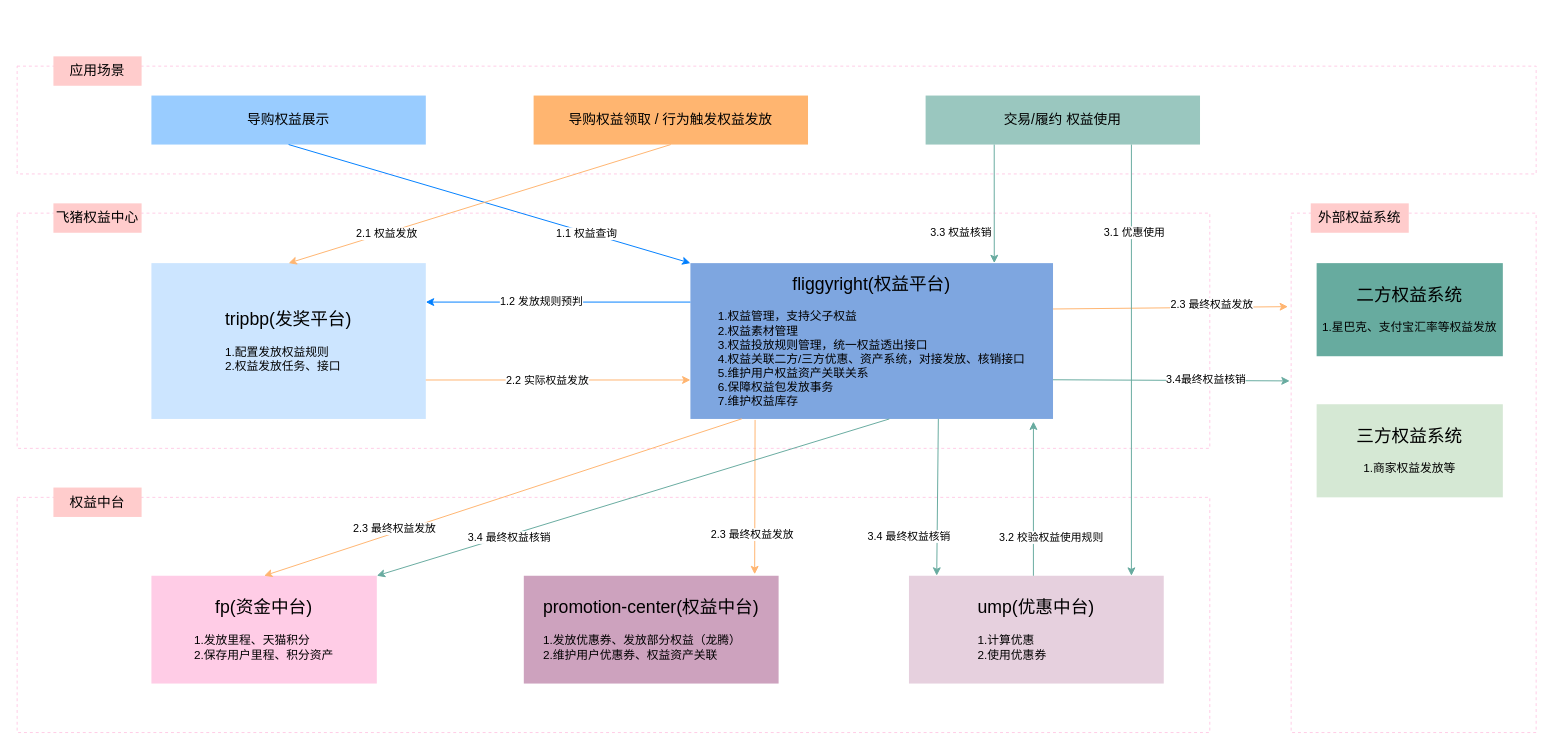
The draw.io diagram page "权益中心" (5 of 5) of 会员成长平台.drawio in renqiuming/drawio, before the edit. Source tidied: cells renumbered, new cells numbered last; positions are measured from the earlier drawing's top-left corner, leaving out a move shared by most shapes. Both pictures are drawn from the tidied source at 98%, with x=0, y=0 at pixel (17, 56).
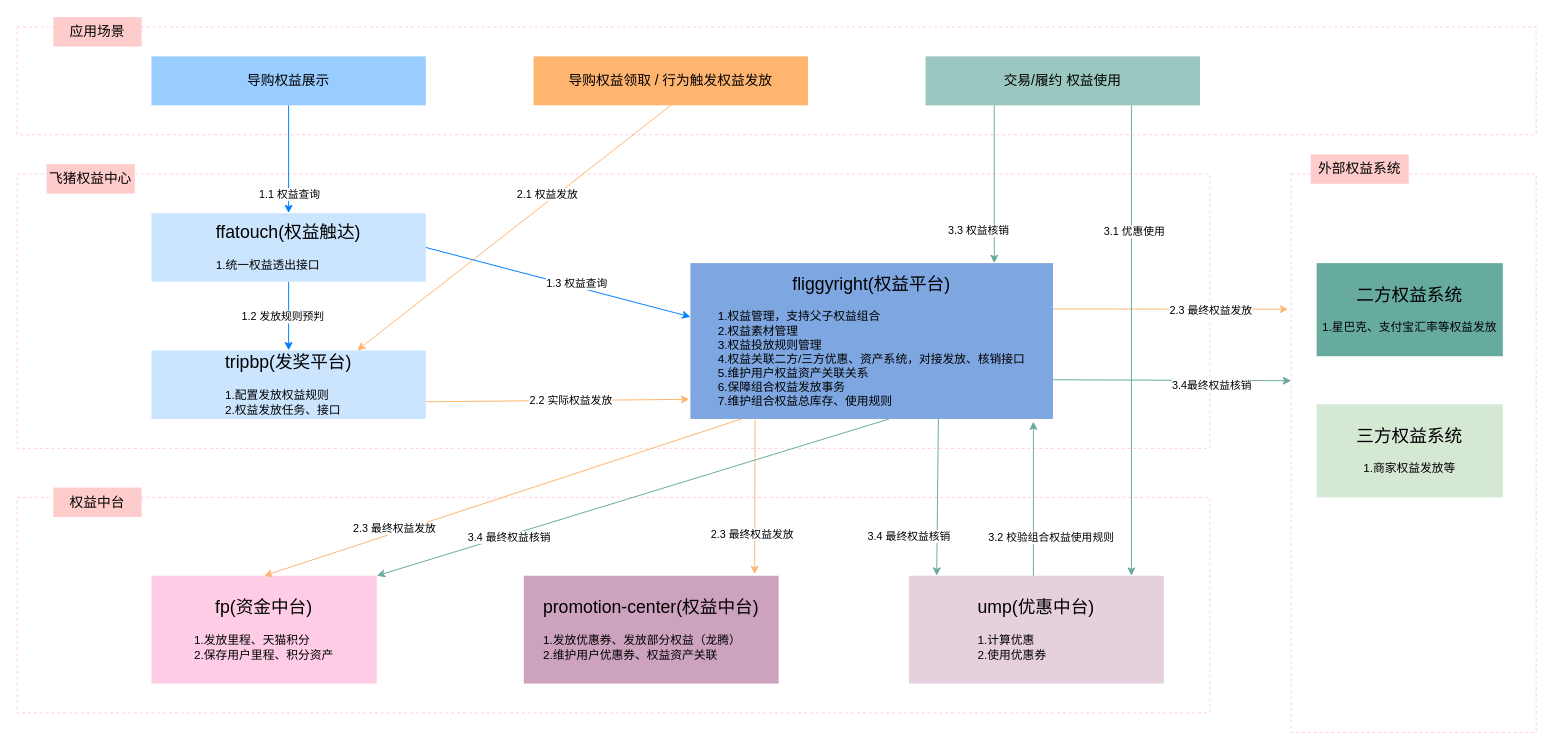
Above is the later version.

Commit message:
Update 会员成长平台.drawio

The change refers to these unchanged cells:
```xml
<mxCell id="35" style="endArrow=classic;html=1;strokeColor=#67AB9F;fillColor=#66B2FF;exitX=0.75;exitY=1;exitDx=0;exitDy=0;" parent="1" edge="1" source="19">
  <mxGeometry relative="1" as="geometry">
    <mxPoint x="1137" y="530" as="targetPoint" />
  </mxGeometry>
</mxCell>
<mxCell id="37" style="endArrow=classic;html=1;strokeColor=#67AB9F;fillColor=#66B2FF;entryX=0.946;entryY=1.017;entryDx=0;entryDy=0;entryPerimeter=0;" parent="1" edge="1" target="5">
  <mxGeometry relative="1" as="geometry">
    <mxPoint x="1037" y="530" as="sourcePoint" />
  </mxGeometry>
</mxCell>
<mxCell id="39" style="endArrow=classic;html=1;strokeColor=#67AB9F;fillColor=#66B2FF;entryX=0.838;entryY=0;entryDx=0;entryDy=0;exitX=0.25;exitY=1;exitDx=0;exitDy=0;entryPerimeter=0;" parent="1" edge="1" source="19" target="5">
  <mxGeometry relative="1" as="geometry" />
</mxCell>
```

What changed in the source:
```diff
@@
     <mxCell id="2" style="rounded=0;whiteSpace=wrap;html=1;dashed=1;strokeColor=#FFCCE6;" parent="1" vertex="1">
-      <mxGeometry x="1300" y="160" width="250" height="530" as="geometry" />
+      <mxGeometry x="1300" y="120" width="250" height="570" as="geometry" />
     </mxCell>
     <mxCell id="3" style="rounded=0;whiteSpace=wrap;html=1;dashed=1;strokeColor=#FFCCE6;" parent="1" vertex="1">
-      <mxGeometry y="450" width="1217" height="240" as="geometry" />
+      <mxGeometry y="450" width="1217" height="220" as="geometry" />
     </mxCell>
     <mxCell id="4" style="rounded=0;whiteSpace=wrap;html=1;dashed=1;strokeColor=#FFCCE6;" parent="1" vertex="1">
-      <mxGeometry y="160" width="1217" height="240" as="geometry" />
+      <mxGeometry y="120" width="1217" height="280" as="geometry" />
     </mxCell>
-    <mxCell id="5" value="&lt;font style=&quot;font-size: 18px&quot;&gt;fliggyright(权益平台)&lt;br&gt;&lt;/font&gt;&lt;br&gt;&lt;div style=&quot;text-align: left&quot;&gt;&lt;span&gt;1.权益管理，支持父子权益&lt;/span&gt;&lt;/div&gt;&lt;div style=&quot;text-align: left&quot;&gt;&lt;span&gt;2.权益素材管理&lt;/span&gt;&lt;/div&gt;&lt;div style=&quot;text-align: left&quot;&gt;&lt;span&gt;3.权益投放规则管理，统一权益透出接口&lt;/span&gt;&lt;/div&gt;&lt;div style=&quot;text-align: left&quot;&gt;&lt;span&gt;4.权益关联二方/三方优惠、资产系统，对接发放、核销接口&lt;/span&gt;&lt;/div&gt;&lt;div style=&quot;text-align: left&quot;&gt;&lt;span&gt;5.维护用户权益资产关联关系&lt;/span&gt;&lt;/div&gt;&lt;div style=&quot;text-align: left&quot;&gt;&lt;span&gt;6.保障权益包发放事务&lt;/span&gt;&lt;/div&gt;&lt;div style=&quot;text-align: left&quot;&gt;7.维护权益库存&lt;/div&gt;" style="rounded=0;whiteSpace=wrap;html=1;fillColor=#7EA6E0;strokeColor=none;" parent="1" vertex="1">
+    <mxCell id="5" value="&lt;font style=&quot;font-size: 18px&quot;&gt;fliggyright(权益平台)&lt;br&gt;&lt;/font&gt;&lt;br&gt;&lt;div style=&quot;text-align: left&quot;&gt;&lt;span&gt;1.权益管理，支持父子权益组合&lt;/span&gt;&lt;/div&gt;&lt;div style=&quot;text-align: left&quot;&gt;&lt;span&gt;2.权益素材管理&lt;/span&gt;&lt;/div&gt;&lt;div style=&quot;text-align: left&quot;&gt;&lt;span&gt;3.权益投放规则管理&lt;/span&gt;&lt;/div&gt;&lt;div style=&quot;text-align: left&quot;&gt;&lt;span&gt;4.权益关联二方/三方优惠、资产系统，对接发放、核销接口&lt;/span&gt;&lt;/div&gt;&lt;div style=&quot;text-align: left&quot;&gt;&lt;span&gt;5.维护用户权益资产关联关系&lt;/span&gt;&lt;/div&gt;&lt;div style=&quot;text-align: left&quot;&gt;&lt;span&gt;6.保障组合权益发放事务&lt;/span&gt;&lt;/div&gt;&lt;div style=&quot;text-align: left&quot;&gt;7.维护组合权益总库存、使用规则&lt;/div&gt;" style="rounded=0;whiteSpace=wrap;html=1;fillColor=#7EA6E0;strokeColor=none;" parent="1" vertex="1">
       <mxGeometry x="687" y="211" width="370" height="159" as="geometry" />
     </mxCell>
     <mxCell id="6" value="&lt;font style=&quot;font-size: 14px&quot;&gt;飞猪权益中心&lt;/font&gt;" style="rounded=0;whiteSpace=wrap;html=1;fillColor=#FFCCCC;strokeColor=none;" parent="1" vertex="1">
-      <mxGeometry x="37" y="150" width="90" height="30" as="geometry" />
+      <mxGeometry x="30" y="110" width="90" height="30" as="geometry" />
     </mxCell>
     <mxCell id="7" value="&lt;font style=&quot;font-size: 18px&quot;&gt;tripbp(发奖平台)&lt;br&gt;&lt;/font&gt;&lt;br&gt;&lt;div style=&quot;text-align: left&quot;&gt;&lt;span&gt;1.配置发放权益规则&lt;/span&gt;&lt;/div&gt;&lt;div style=&quot;text-align: left&quot;&gt;&lt;span&gt;2.权益发放任务、接口&lt;/span&gt;&lt;/div&gt;" style="rounded=0;whiteSpace=wrap;html=1;fillColor=#CCE5FF;strokeColor=none;" parent="1" vertex="1">
-      <mxGeometry x="137" y="211" width="280" height="159" as="geometry" />
+      <mxGeometry x="137" y="300" width="280" height="70" as="geometry" />
     </mxCell>
@@
     <mxCell id="12" value="&lt;font style=&quot;font-size: 14px&quot;&gt;外部权益系统&lt;/font&gt;" style="rounded=0;whiteSpace=wrap;html=1;fillColor=#FFCCCC;strokeColor=none;" parent="1" vertex="1">
-      <mxGeometry x="1320" y="150" width="100" height="30" as="geometry" />
+      <mxGeometry x="1320" y="100" width="100" height="30" as="geometry" />
     </mxCell>
     <mxCell id="13" style="rounded=0;whiteSpace=wrap;html=1;dashed=1;strokeColor=#FFCCE6;" parent="1" vertex="1">
-      <mxGeometry y="10" width="1550" height="110" as="geometry" />
+      <mxGeometry y="-30" width="1550" height="110" as="geometry" />
     </mxCell>
     <mxCell id="14" value="&lt;font style=&quot;font-size: 14px&quot;&gt;应用场景&lt;/font&gt;" style="rounded=0;whiteSpace=wrap;html=1;fillColor=#FFCCCC;strokeColor=none;" parent="1" vertex="1">
-      <mxGeometry x="37" width="90" height="30" as="geometry" />
+      <mxGeometry x="37" y="-40" width="90" height="30" as="geometry" />
     </mxCell>
@@
     <mxCell id="17" value="&lt;font style=&quot;font-size: 14px&quot;&gt;导购权益展示&lt;/font&gt;" style="rounded=0;whiteSpace=wrap;html=1;fillColor=#99CCFF;strokeColor=none;" parent="1" vertex="1">
-      <mxGeometry x="137" y="40" width="280" height="50" as="geometry" />
+      <mxGeometry x="137" width="280" height="50" as="geometry" />
     </mxCell>
     <mxCell id="18" value="&lt;font style=&quot;font-size: 14px&quot;&gt;导购权益领取 / 行为触发权益发放&lt;/font&gt;" style="rounded=0;whiteSpace=wrap;html=1;fillColor=#FFB570;strokeColor=none;" parent="1" vertex="1">
-      <mxGeometry x="527" y="40" width="280" height="50" as="geometry" />
+      <mxGeometry x="527" width="280" height="50" as="geometry" />
     </mxCell>
     <mxCell id="19" value="&lt;font style=&quot;font-size: 14px&quot;&gt;交易/履约 权益使用&lt;/font&gt;" style="rounded=0;whiteSpace=wrap;html=1;fillColor=#9AC7BF;strokeColor=none;" parent="1" vertex="1">
-      <mxGeometry x="927" y="40" width="280" height="50" as="geometry" />
+      <mxGeometry x="927" width="280" height="50" as="geometry" />
     </mxCell>
-    <mxCell id="20" style="endArrow=classic;html=1;exitX=0.5;exitY=1;exitDx=0;exitDy=0;entryX=0;entryY=0;entryDx=0;entryDy=0;strokeColor=#007FFF;fillColor=#66B2FF;" parent="1" edge="1" source="17" target="5">
+    <mxCell id="20" style="endArrow=classic;html=1;exitX=0.5;exitY=1;exitDx=0;exitDy=0;entryX=0.5;entryY=0;entryDx=0;entryDy=0;strokeColor=#007FFF;fillColor=#66B2FF;" parent="1" edge="1" source="17" target="47">
       <mxGeometry relative="1" as="geometry" />
     </mxCell>
     <mxCell id="21" value="1.1 权益查询" style="edgeLabel;html=1;align=center;verticalAlign=middle;" parent="20" vertex="1">
       <mxGeometry x="0.15" relative="1" as="geometry">
-        <mxPoint x="67.3" y="20.4" as="offset" />
+        <mxPoint y="27" as="offset" />
       </mxGeometry>
     </mxCell>
-    <mxCell id="22" style="endArrow=classic;html=1;strokeColor=#007FFF;fillColor=#66B2FF;exitX=0;exitY=0.25;exitDx=0;exitDy=0;entryX=1;entryY=0.25;entryDx=0;entryDy=0;" parent="1" edge="1" source="5" target="7">
+    <mxCell id="22" style="endArrow=classic;html=1;strokeColor=#007FFF;fillColor=#66B2FF;exitX=0.5;exitY=1;exitDx=0;exitDy=0;" parent="1" edge="1" source="47" target="7">
       <mxGeometry relative="1" as="geometry" />
     </mxCell>
     <mxCell id="23" value="1.2 发放规则预判" style="edgeLabel;html=1;align=center;verticalAlign=middle;" parent="22" vertex="1">
       <mxGeometry x="0.13" y="4" relative="1" as="geometry">
-        <mxPoint y="-4.8" as="offset" />
+        <mxPoint x="-11" y="-4.8" as="offset" />
       </mxGeometry>
     </mxCell>
-    <mxCell id="24" style="endArrow=classic;html=1;strokeColor=#FFB570;fillColor=#66B2FF;exitX=0.5;exitY=1;exitDx=0;exitDy=0;entryX=0.5;entryY=0;entryDx=0;entryDy=0;" parent="1" edge="1" source="18" target="7">
+    <mxCell id="24" style="endArrow=classic;html=1;strokeColor=#FFB570;fillColor=#66B2FF;exitX=0.5;exitY=1;exitDx=0;exitDy=0;entryX=0.75;entryY=0;entryDx=0;entryDy=0;" parent="1" edge="1" source="18" target="7">
       <mxGeometry relative="1" as="geometry" />
     </mxCell>
     <mxCell id="25" value="2.1 权益发放" style="edgeLabel;html=1;align=center;verticalAlign=middle;" parent="24" vertex="1">
       <mxGeometry x="0.35" y="4" relative="1" as="geometry">
-        <mxPoint x="-28.5" y="4.7" as="offset" />
+        <mxPoint x="86.5" y="-81.8" as="offset" />
       </mxGeometry>
     </mxCell>
-    <mxCell id="26" style="endArrow=classic;html=1;strokeColor=#FFB570;fillColor=#66B2FF;exitX=1;exitY=0.75;exitDx=0;exitDy=0;entryX=0;entryY=0.75;entryDx=0;entryDy=0;" parent="1" edge="1" source="7" target="5">
+    <mxCell id="26" style="endArrow=classic;html=1;strokeColor=#FFB570;fillColor=#66B2FF;exitX=1;exitY=0.75;exitDx=0;exitDy=0;entryX=-0.003;entryY=0.874;entryDx=0;entryDy=0;entryPerimeter=0;" parent="1" edge="1" source="7" target="5">
       <mxGeometry relative="1" as="geometry" />
     </mxCell>
     <mxCell id="27" value="2.2 实际权益发放" style="edgeLabel;html=1;align=center;verticalAlign=middle;" parent="26" vertex="1">
       <mxGeometry x="0.35" y="4" relative="1" as="geometry">
-        <mxPoint x="-58.4" y="3.8" as="offset" />
+        <mxPoint x="-34.1" y="3.8" as="offset" />
       </mxGeometry>
     </mxCell>
@@
-    <mxCell id="32" style="endArrow=classic;html=1;strokeColor=#FFB570;fillColor=#66B2FF;entryX=-0.013;entryY=0.18;entryDx=0;entryDy=0;entryPerimeter=0;" parent="1" edge="1" target="2">
+    <mxCell id="32" style="endArrow=classic;html=1;strokeColor=#FFB570;fillColor=#66B2FF;" parent="1" edge="1">
       <mxGeometry relative="1" as="geometry">
         <mxPoint x="1057" y="257.8" as="sourcePoint" />
+        <mxPoint x="1297" y="258" as="targetPoint" />
       </mxGeometry>
     </mxCell>
     <mxCell id="33" value="2.3 最终权益发放" style="edgeLabel;html=1;align=center;verticalAlign=middle;" parent="32" vertex="1">
-      <mxGeometry x="0.35" y="4" relative="1" as="geometry" />
+      <mxGeometry x="0.35" y="4" relative="1" as="geometry">
+        <mxPoint x="-2" y="4.6" as="offset" />
+      </mxGeometry>
     </mxCell>
     <mxCell id="34" style="endArrow=classic;html=1;strokeColor=#FFB570;fillColor=#66B2FF;exitX=0.5;exitY=1;exitDx=0;exitDy=0;entryX=0;entryY=1;entryDx=0;entryDy=0;" parent="1" edge="1" target="19">
       <mxGeometry relative="1" as="geometry">
-        <mxPoint x="927" y="90" as="sourcePoint" />
+        <mxPoint x="927" y="50" as="sourcePoint" />
       </mxGeometry>
     </mxCell>
@@
     <mxCell id="36" value="3.1 优惠使用" style="edgeLabel;html=1;align=center;verticalAlign=middle;" parent="35" vertex="1">
       <mxGeometry x="-0.54" y="2" relative="1" as="geometry">
-        <mxPoint y="-11.4" as="offset" />
+        <mxPoint y="18" as="offset" />
       </mxGeometry>
     </mxCell>
@@
-    <mxCell id="38" value="3.2 校验权益使用规则" style="edgeLabel;html=1;align=center;verticalAlign=middle;" parent="37" vertex="1">
+    <mxCell id="38" value="3.2 校验组合权益使用规则" style="edgeLabel;html=1;align=center;verticalAlign=middle;" parent="37" vertex="1">
       <mxGeometry x="-0.54" y="2" relative="1" as="geometry">
         <mxPoint x="19.5" y="-3.7" as="offset" />
       </mxGeometry>
     </mxCell>
@@
     <mxCell id="40" value="3.3 权益核销" style="edgeLabel;html=1;align=center;verticalAlign=middle;" parent="39" vertex="1">
       <mxGeometry x="-0.54" y="2" relative="1" as="geometry">
-        <mxPoint x="-36.9" y="61.4" as="offset" />
+        <mxPoint x="-19" y="91" as="offset" />
       </mxGeometry>
     </mxCell>
@@
-    <mxCell id="43" style="endArrow=classic;html=1;strokeColor=#67AB9F;fillColor=#66B2FF;entryX=-0.006;entryY=0.323;entryDx=0;entryDy=0;exitX=0.75;exitY=1;exitDx=0;exitDy=0;entryPerimeter=0;" parent="1" edge="1" target="2">
+    <mxCell id="43" style="endArrow=classic;html=1;strokeColor=#67AB9F;fillColor=#66B2FF;exitX=0.75;exitY=1;exitDx=0;exitDy=0;" parent="1" edge="1">
       <mxGeometry relative="1" as="geometry">
         <mxPoint x="1057" y="330" as="sourcePoint" />
+        <mxPoint x="1300" y="331" as="targetPoint" />
       </mxGeometry>
     </mxCell>
     <mxCell id="44" value="3.4最终权益核销" style="edgeLabel;html=1;align=center;verticalAlign=middle;" parent="43" vertex="1">
-      <mxGeometry x="0.28" y="1" relative="1" as="geometry" />
+      <mxGeometry x="0.28" y="1" relative="1" as="geometry">
+        <mxPoint x="5" y="5.4" as="offset" />
+      </mxGeometry>
     </mxCell>
@@
+    <mxCell id="47" value="&lt;font style=&quot;font-size: 18px&quot;&gt;ffatouch(权益触达)&lt;br&gt;&lt;/font&gt;&lt;br&gt;&lt;div style=&quot;text-align: left&quot;&gt;1.统一权益透出接口&lt;/div&gt;" style="rounded=0;whiteSpace=wrap;html=1;fillColor=#CCE5FF;strokeColor=none;" parent="1" vertex="1">
+      <mxGeometry x="137" y="160" width="280" height="70" as="geometry" />
+    </mxCell>
+    <mxCell id="48" style="endArrow=classic;html=1;strokeColor=#007FFF;fillColor=#66B2FF;entryX=0;entryY=0.25;entryDx=0;entryDy=0;exitX=1;exitY=0.5;exitDx=0;exitDy=0;" parent="1" edge="1" source="47">
+      <mxGeometry relative="1" as="geometry">
+        <mxPoint x="687" y="265.8" as="targetPoint" />
+      </mxGeometry>
+    </mxCell>
+    <mxCell id="49" value="1.3 权益查询" style="edgeLabel;html=1;align=center;verticalAlign=middle;" parent="48" vertex="1">
+      <mxGeometry x="0.13" y="4" relative="1" as="geometry" />
+    </mxCell>
```
